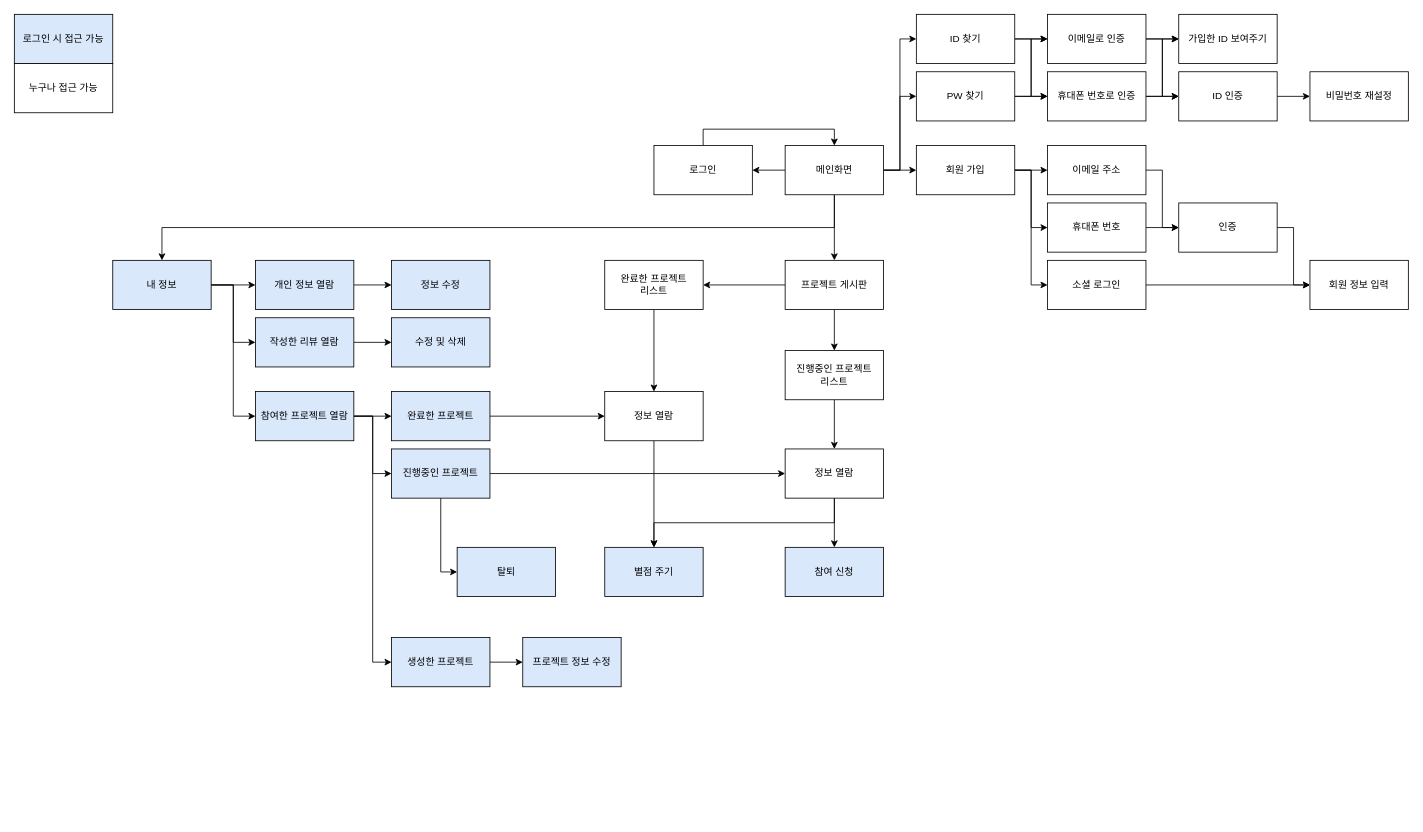
Earlier version of the draw.io diagram party-recruit.drawio (Aierse/Party-Recruit). Source tidied: cells renumbered, new cells numbered last; positions are measured from the earlier drawing's top-left corner, leaving out a move shared by most shapes. Both pictures are drawn from the tidied source at 82%, with x=0, y=0 at pixel (14, 14).
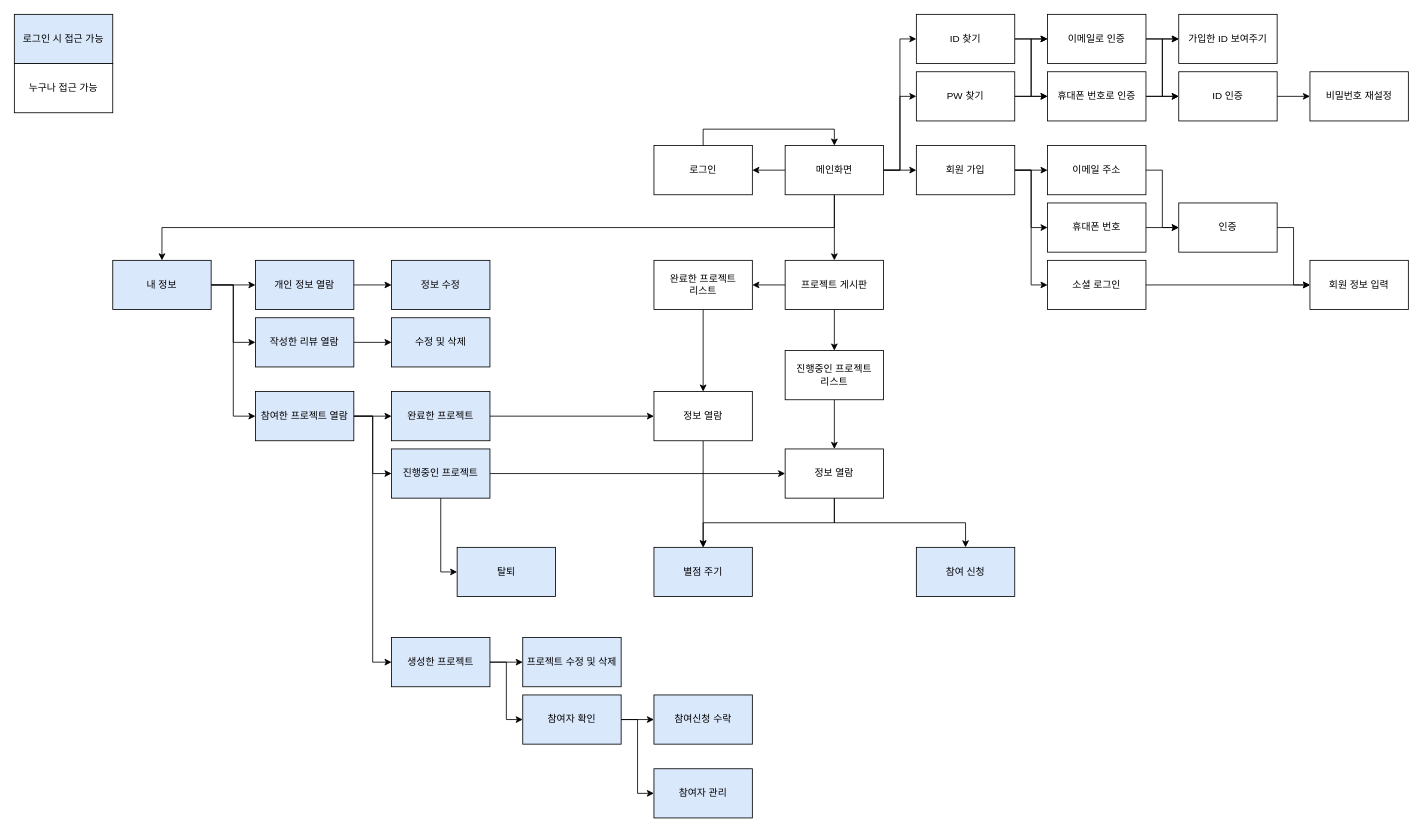
The same page after the edit.

Commit message:
수정 - 생성한 프로젝트 플로우 추가

The change refers to these unchanged cells:
```xml
<mxCell id="67" value="생성한 프로젝트" style="rounded=0;whiteSpace=wrap;html=1;fillColor=#dae8fc;strokeColor=#000000;" parent="1" vertex="1">
  <mxGeometry x="460" y="760" width="120" height="60" as="geometry" />
</mxCell>
```

Diff of the diagram source:
```diff
@@
     <mxCell id="24" value="별점 주기" style="rounded=0;whiteSpace=wrap;html=1;fillColor=#dae8fc;strokeColor=#000000;" parent="1" vertex="1">
-      <mxGeometry x="720" y="650" width="120" height="60" as="geometry" />
+      <mxGeometry x="780" y="650" width="120" height="60" as="geometry" />
     </mxCell>
     <mxCell id="25" value="참여 신청" style="rounded=0;whiteSpace=wrap;html=1;fillColor=#dae8fc;strokeColor=#000000;" parent="1" vertex="1">
-      <mxGeometry x="940" y="650" width="120" height="60" as="geometry" />
+      <mxGeometry x="1100" y="650" width="120" height="60" as="geometry" />
     </mxCell>
@@
+    <mxCell id="79" style="edgeStyle=orthogonalEdgeStyle;rounded=0;jettySize=auto;html=1;exitX=1;exitY=0.5;exitDx=0;exitDy=0;entryX=0;entryY=0.5;entryDx=0;entryDy=0;" parent="1" edge="1" source="67" target="82">
+      <mxGeometry relative="1" as="geometry" />
+    </mxCell>
@@
     <mxCell id="71" value="완료한 프로젝트 &lt;br&gt;리스트" style="rounded=0;whiteSpace=wrap;html=1;" parent="1" vertex="1">
-      <mxGeometry x="720" y="300" width="120" height="60" as="geometry" />
+      <mxGeometry x="780" y="300" width="120" height="60" as="geometry" />
     </mxCell>
@@
     <mxCell id="73" value="정보 열람" style="rounded=0;whiteSpace=wrap;html=1;" parent="1" vertex="1">
-      <mxGeometry x="720" y="460" width="120" height="60" as="geometry" />
+      <mxGeometry x="780" y="460" width="120" height="60" as="geometry" />
     </mxCell>
@@
-    <mxCell id="78" value="프로젝트 정보 수정" style="rounded=0;whiteSpace=wrap;html=1;fillColor=#dae8fc;strokeColor=#000000;" parent="1" vertex="1">
+    <mxCell id="78" value="프로젝트 수정 및 삭제" style="rounded=0;whiteSpace=wrap;html=1;fillColor=#dae8fc;strokeColor=#000000;" parent="1" vertex="1">
       <mxGeometry x="620" y="760" width="120" height="60" as="geometry" />
     </mxCell>
+    <mxCell id="80" style="edgeStyle=orthogonalEdgeStyle;rounded=0;jettySize=auto;html=1;exitX=1;exitY=0.5;exitDx=0;exitDy=0;entryX=0;entryY=0.5;entryDx=0;entryDy=0;" parent="1" edge="1" source="82" target="83">
+      <mxGeometry relative="1" as="geometry" />
+    </mxCell>
+    <mxCell id="81" style="edgeStyle=orthogonalEdgeStyle;rounded=0;jettySize=auto;html=1;exitX=1;exitY=0.5;exitDx=0;exitDy=0;entryX=0;entryY=0.5;entryDx=0;entryDy=0;" parent="1" edge="1" source="82" target="84">
+      <mxGeometry relative="1" as="geometry" />
+    </mxCell>
+    <mxCell id="82" value="참여자 확인" style="rounded=0;whiteSpace=wrap;html=1;fillColor=#dae8fc;strokeColor=#000000;" parent="1" vertex="1">
+      <mxGeometry x="620" y="830" width="120" height="60" as="geometry" />
+    </mxCell>
+    <mxCell id="83" value="참여신청 수락" style="rounded=0;whiteSpace=wrap;html=1;fillColor=#dae8fc;strokeColor=#000000;" parent="1" vertex="1">
+      <mxGeometry x="780" y="830" width="120" height="60" as="geometry" />
+    </mxCell>
+    <mxCell id="84" value="참여자 관리" style="rounded=0;whiteSpace=wrap;html=1;fillColor=#dae8fc;strokeColor=#000000;" parent="1" vertex="1">
+      <mxGeometry x="780" y="920" width="120" height="60" as="geometry" />
+    </mxCell>
```
